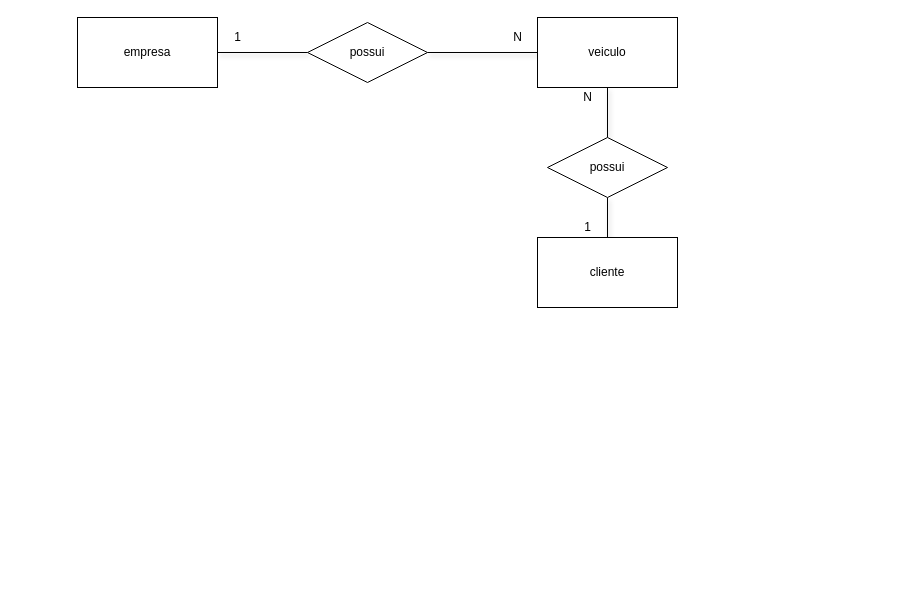
The draw.io diagram page "conceitual" (1 of 2) of exercicios/1.2-exercicio-locadora/1.2-exercicio-locadora.drawio in Zennitte/senai_sprint1_bd, before the edit. Source tidied: cells renumbered, new cells numbered last; positions are measured from the earlier drawing's top-left corner, leaving out a move shared by most shapes. Both pictures are drawn from the tidied source at 100%, with x=0, y=0 at pixel (77, 17).
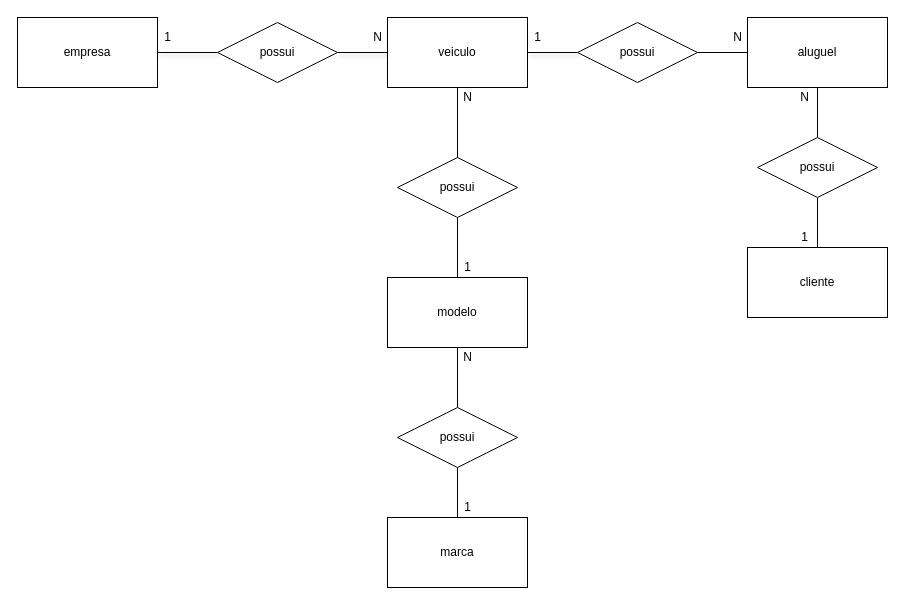
The same diagram, later.

Change to the diagram source:
```diff
@@
+    <mxCell id="15" style="edgeStyle=orthogonalEdgeStyle;rounded=0;jettySize=auto;html=1;endArrow=none;endFill=0;" parent="1" edge="1" source="3" target="24">
+      <mxGeometry relative="1" as="geometry" />
+    </mxCell>
     <mxCell id="3" value="veiculo" style="rounded=0;whiteSpace=wrap;html=1;" parent="1" vertex="1">
-      <mxGeometry x="460" width="140" height="70" as="geometry" />
+      <mxGeometry x="310" width="140" height="70" as="geometry" />
     </mxCell>
@@
     <mxCell id="5" value="empresa" style="rounded=0;whiteSpace=wrap;html=1;" parent="1" vertex="1">
-      <mxGeometry width="140" height="70" as="geometry" />
+      <mxGeometry x="-60" width="140" height="70" as="geometry" />
     </mxCell>
-    <mxCell id="6" style="edgeStyle=orthogonalEdgeStyle;rounded=0;jettySize=auto;html=1;shadow=1;endArrow=none;endFill=0;" parent="1" edge="1" source="7" target="12">
-      <mxGeometry relative="1" as="geometry" />
-    </mxCell>
     <mxCell id="7" value="cliente" style="rounded=0;whiteSpace=wrap;html=1;" parent="1" vertex="1">
-      <mxGeometry x="460" y="220" width="140" height="70" as="geometry" />
+      <mxGeometry x="670" y="230" width="140" height="70" as="geometry" />
     </mxCell>
     <mxCell id="8" value="possui" style="shape=rhombus;perimeter=rhombusPerimeter;whiteSpace=wrap;html=1;align=center;" parent="1" vertex="1">
-      <mxGeometry x="230" y="5" width="120" height="60" as="geometry" />
+      <mxGeometry x="140" y="5" width="120" height="60" as="geometry" />
     </mxCell>
     <mxCell id="9" value="1" style="text;html=1;align=center;verticalAlign=middle;strokeColor=none;" parent="1" vertex="1">
-      <mxGeometry x="150" y="10" width="20" height="20" as="geometry" />
+      <mxGeometry x="80" y="10" width="20" height="20" as="geometry" />
     </mxCell>
     <mxCell id="10" value="N" style="text;html=1;align=center;verticalAlign=middle;strokeColor=none;" parent="1" vertex="1">
-      <mxGeometry x="430" y="10" width="20" height="20" as="geometry" />
+      <mxGeometry x="290" y="10" width="20" height="20" as="geometry" />
     </mxCell>
@@
+    <mxCell id="16" style="edgeStyle=orthogonalEdgeStyle;rounded=0;jettySize=auto;html=1;endArrow=none;endFill=0;" parent="1" edge="1" source="12" target="18">
+      <mxGeometry relative="1" as="geometry" />
+    </mxCell>
     <mxCell id="12" value="possui" style="shape=rhombus;perimeter=rhombusPerimeter;whiteSpace=wrap;html=1;align=center;" parent="1" vertex="1">
-      <mxGeometry x="470" y="120" width="120" height="60" as="geometry" />
+      <mxGeometry x="500" y="5" width="120" height="60" as="geometry" />
     </mxCell>
     <mxCell id="13" value="N" style="text;html=1;align=center;verticalAlign=middle;strokeColor=none;" parent="1" vertex="1">
-      <mxGeometry x="500" y="70" width="20" height="20" as="geometry" />
+      <mxGeometry x="650" y="10" width="20" height="20" as="geometry" />
     </mxCell>
     <mxCell id="14" value="1" style="text;html=1;align=center;verticalAlign=middle;strokeColor=none;" parent="1" vertex="1">
-      <mxGeometry x="500" y="200" width="20" height="20" as="geometry" />
+      <mxGeometry x="717" y="210" width="20" height="20" as="geometry" />
     </mxCell>
+    <mxCell id="17" style="edgeStyle=orthogonalEdgeStyle;rounded=0;jettySize=auto;html=1;endArrow=none;endFill=0;" parent="1" edge="1" source="18" target="21">
+      <mxGeometry relative="1" as="geometry" />
+    </mxCell>
+    <mxCell id="18" value="aluguel" style="rounded=0;whiteSpace=wrap;html=1;" parent="1" vertex="1">
+      <mxGeometry x="670" width="140" height="70" as="geometry" />
+    </mxCell>
+    <mxCell id="19" value="1" style="text;html=1;align=center;verticalAlign=middle;strokeColor=none;" parent="1" vertex="1">
+      <mxGeometry x="450" y="10" width="20" height="20" as="geometry" />
+    </mxCell>
+    <mxCell id="20" style="edgeStyle=orthogonalEdgeStyle;rounded=0;jettySize=auto;html=1;endArrow=none;endFill=0;" parent="1" edge="1" source="21" target="7">
+      <mxGeometry relative="1" as="geometry" />
+    </mxCell>
+    <mxCell id="21" value="possui" style="shape=rhombus;perimeter=rhombusPerimeter;whiteSpace=wrap;html=1;align=center;" parent="1" vertex="1">
+      <mxGeometry x="680" y="120" width="120" height="60" as="geometry" />
+    </mxCell>
+    <mxCell id="22" value="N" style="text;html=1;align=center;verticalAlign=middle;strokeColor=none;" parent="1" vertex="1">
+      <mxGeometry x="717" y="70" width="20" height="20" as="geometry" />
+    </mxCell>
+    <mxCell id="23" style="edgeStyle=orthogonalEdgeStyle;rounded=0;jettySize=auto;html=1;endArrow=none;endFill=0;" parent="1" edge="1" source="24" target="26">
+      <mxGeometry relative="1" as="geometry" />
+    </mxCell>
+    <mxCell id="24" value="possui" style="shape=rhombus;perimeter=rhombusPerimeter;whiteSpace=wrap;html=1;align=center;" parent="1" vertex="1">
+      <mxGeometry x="320" y="140" width="120" height="60" as="geometry" />
+    </mxCell>
+    <mxCell id="25" style="edgeStyle=orthogonalEdgeStyle;rounded=0;jettySize=auto;html=1;endArrow=none;endFill=0;" parent="1" edge="1" source="26" target="28">
+      <mxGeometry relative="1" as="geometry" />
+    </mxCell>
+    <mxCell id="26" value="modelo" style="rounded=0;whiteSpace=wrap;html=1;" parent="1" vertex="1">
+      <mxGeometry x="310" y="260" width="140" height="70" as="geometry" />
+    </mxCell>
+    <mxCell id="27" style="edgeStyle=orthogonalEdgeStyle;rounded=0;jettySize=auto;html=1;endArrow=none;endFill=0;" parent="1" edge="1" source="28" target="29">
+      <mxGeometry relative="1" as="geometry" />
+    </mxCell>
+    <mxCell id="28" value="possui" style="shape=rhombus;perimeter=rhombusPerimeter;whiteSpace=wrap;html=1;align=center;" parent="1" vertex="1">
+      <mxGeometry x="320" y="390" width="120" height="60" as="geometry" />
+    </mxCell>
+    <mxCell id="29" value="marca" style="rounded=0;whiteSpace=wrap;html=1;" parent="1" vertex="1">
+      <mxGeometry x="310" y="500" width="140" height="70" as="geometry" />
+    </mxCell>
+    <mxCell id="30" value="1" style="text;html=1;align=center;verticalAlign=middle;strokeColor=none;" parent="1" vertex="1">
+      <mxGeometry x="380" y="240" width="20" height="20" as="geometry" />
+    </mxCell>
+    <mxCell id="31" value="N" style="text;html=1;align=center;verticalAlign=middle;strokeColor=none;" parent="1" vertex="1">
+      <mxGeometry x="380" y="70" width="20" height="20" as="geometry" />
+    </mxCell>
+    <mxCell id="32" value="N" style="text;html=1;align=center;verticalAlign=middle;strokeColor=none;" parent="1" vertex="1">
+      <mxGeometry x="380" y="330" width="20" height="20" as="geometry" />
+    </mxCell>
+    <mxCell id="33" value="1" style="text;html=1;align=center;verticalAlign=middle;strokeColor=none;" parent="1" vertex="1">
+      <mxGeometry x="380" y="480" width="20" height="20" as="geometry" />
+    </mxCell>
```
